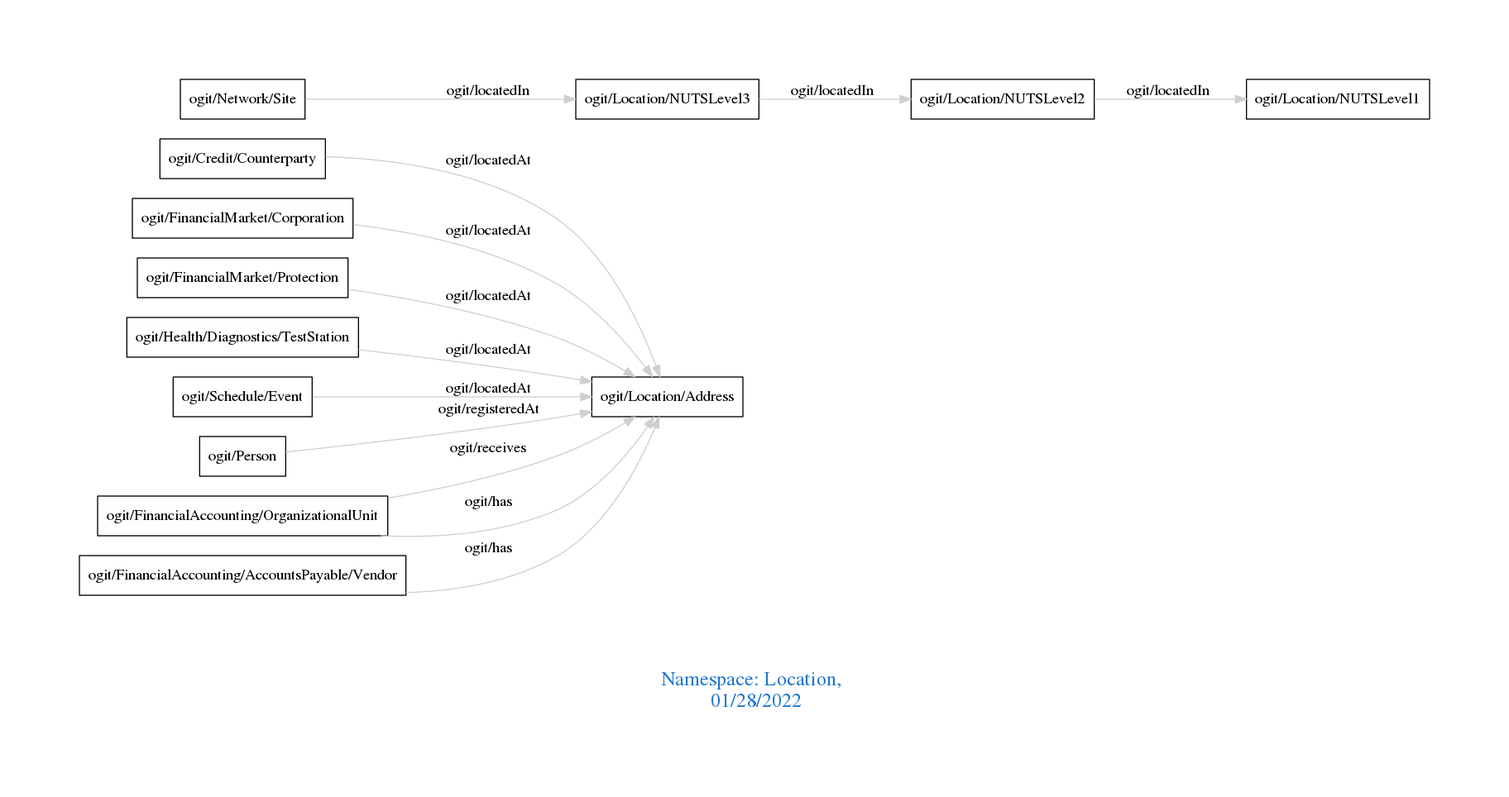
This is downloads/Location.png from arago/OGIT, a Graphviz export, as it was before one commit. Its source is kept beside it as downloads/Location.dot.
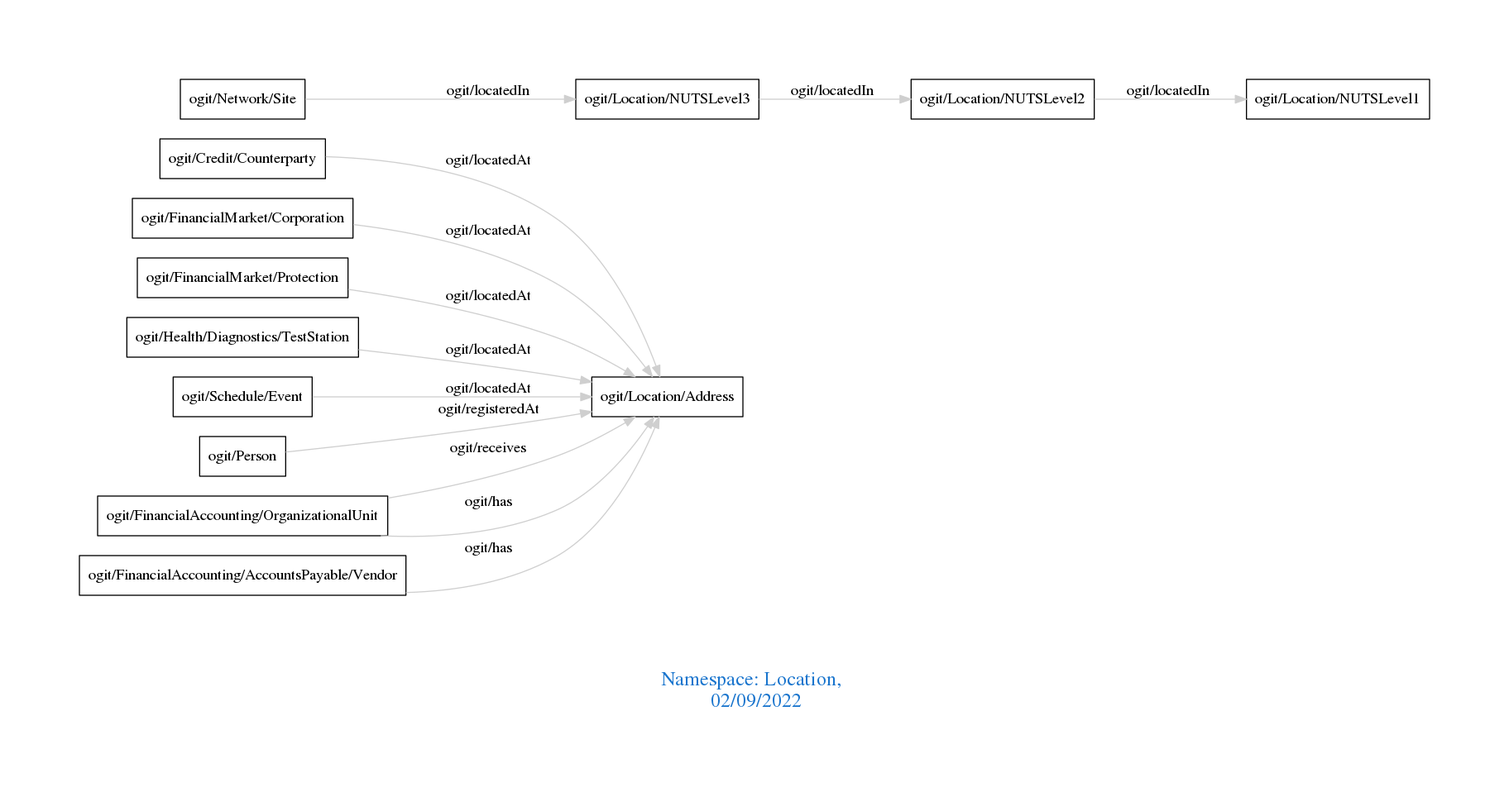
After the change.

Diff of the diagram source:
```diff
@@ -1,7 +1,7 @@
 digraph OGIT_ontology {
  graph [ rankdir= LR,pad=1
 fontsize = 18,
-fontcolor= dodgerblue3,label = "\n\n\nNamespace: Location, \n 01/28/2022"];
+fontcolor= dodgerblue3,label = "\n\n\nNamespace: Location, \n 02/09/2022"];
 node[shape=polygon];
 edge [  color="gray81"];
 
```
